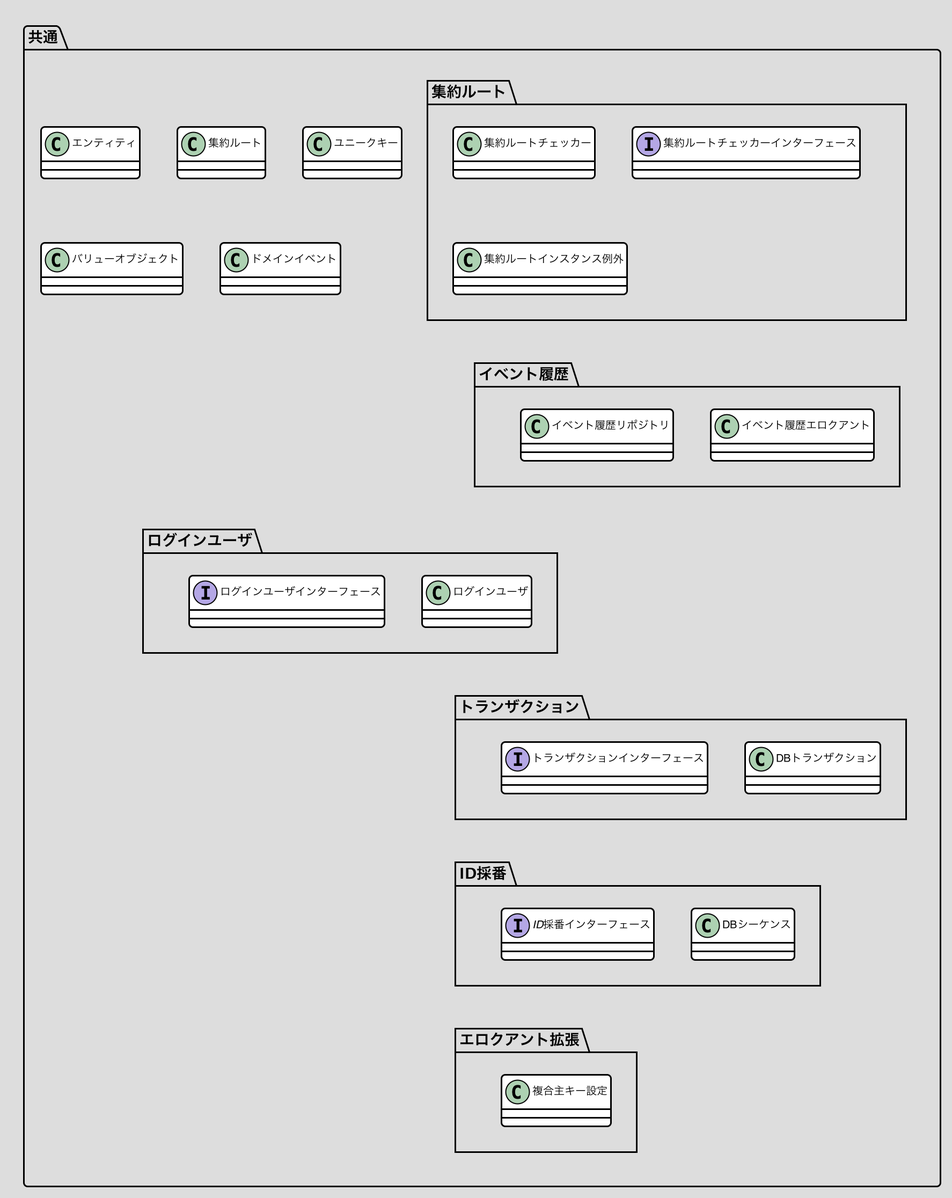
Before: docs/画像/共通.png, a diagram exported from PlantUML (nomura-kainos/japanese-ddd-sample).
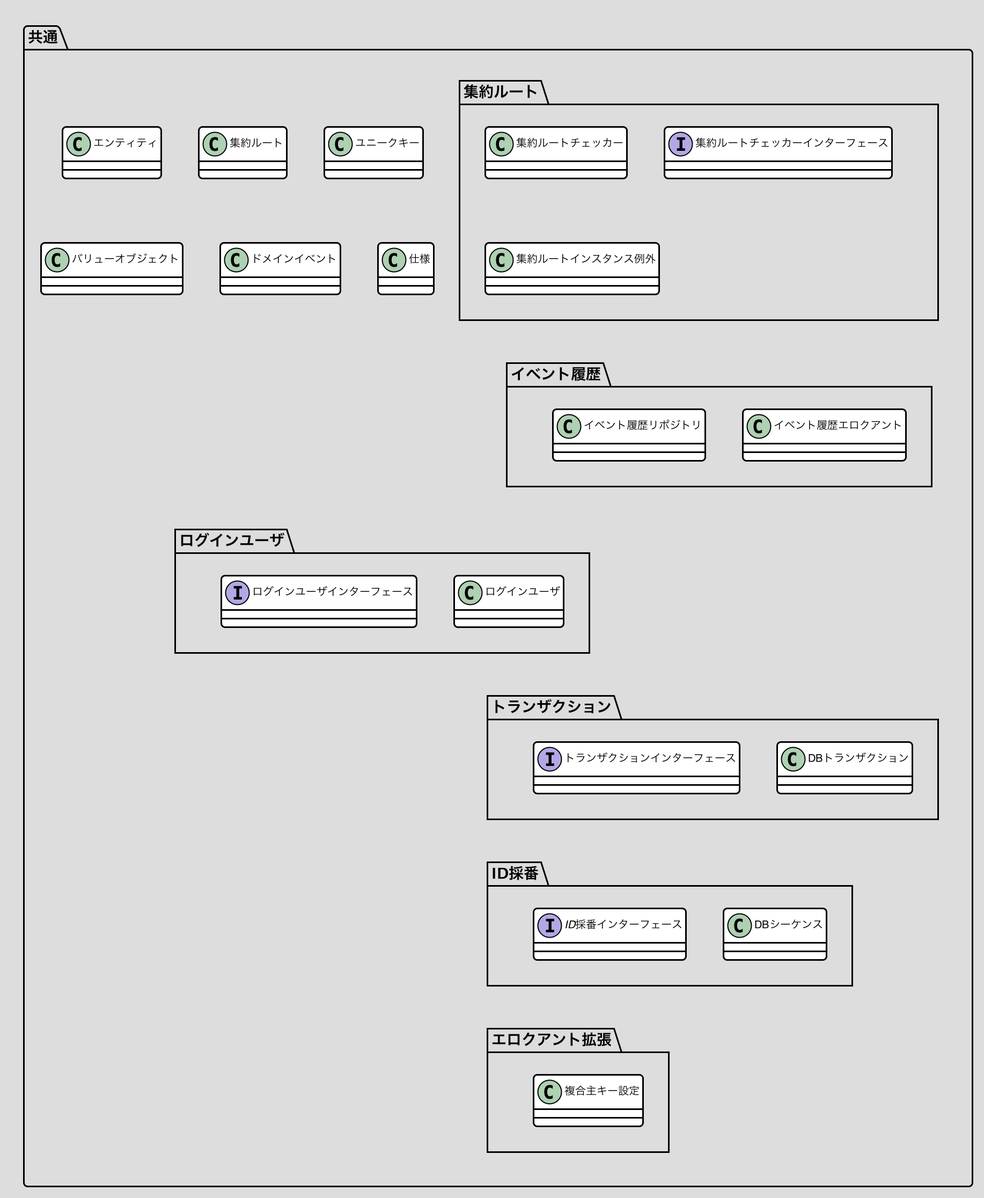
Later version of the same file.

Diff of the diagram source:
```diff
@@ -62,6 +62,7 @@
   class ユニークキー
   class バリューオブジェクト
   class ドメインイベント
+  class 仕様
   package 集約ルート as _集約ルート {
    class 集約ルートチェッカー
    interface 集約ルートチェッカーインターフェース
```
